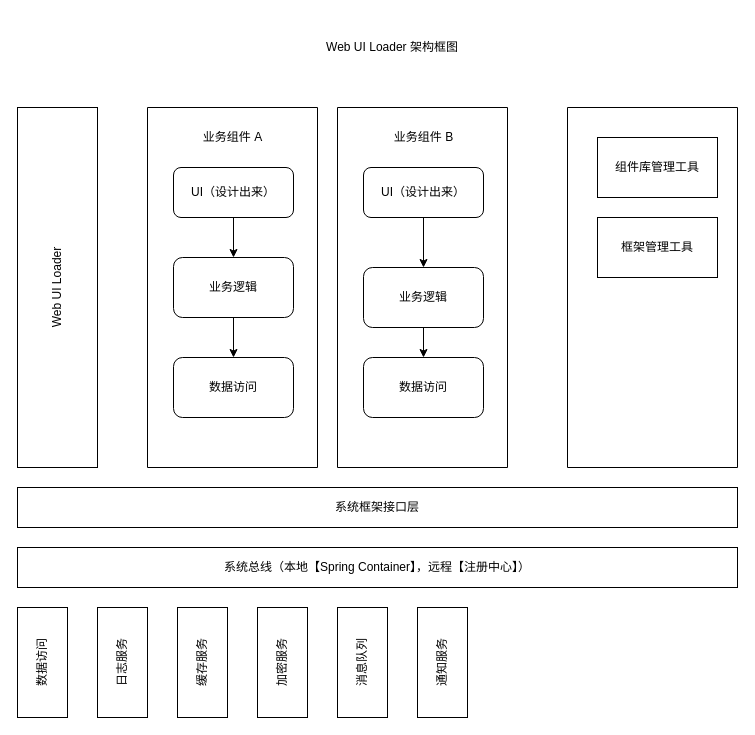
Before: project01/Untitled Diagram.drawio in wilson9898/firstgitproject, a draw.io diagram. Source tidied: cells renumbered, new cells numbered last; positions are measured from the earlier drawing's top-left corner, leaving out a move shared by most shapes. Both pictures are drawn from the tidied source at 100%, with x=0, y=0 at pixel (17, 17).
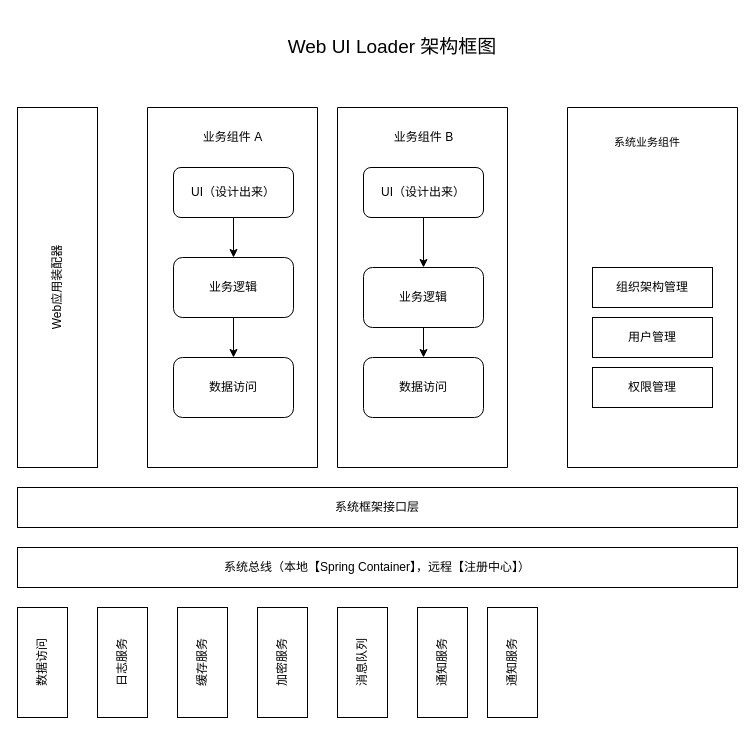
After the change.

Commit message:
系统框架设计

Unchanged cells that the change refers to:
```xml
<mxCell id="19" style="swimlane;startSize=0;" parent="1" vertex="1">
  <mxGeometry x="550" y="90" width="170" height="360" as="geometry" />
</mxCell>
```

Diff of the diagram source:
```diff
@@
-    <mxCell id="2" value="Web UI Loader" style="rounded=0;whiteSpace=wrap;html=1;horizontal=0;" parent="1" vertex="1">
+    <mxCell id="2" value="&lt;div&gt;Web应用装配器&lt;/div&gt;" style="rounded=0;whiteSpace=wrap;html=1;horizontal=0;" parent="1" vertex="1">
       <mxGeometry y="90" width="80" height="360" as="geometry" />
     </mxCell>
-    <mxCell id="3" value="&lt;div&gt;Web UI Loader 架构框图&lt;/div&gt;" style="text;html=1;strokeColor=none;fillColor=none;align=center;verticalAlign=middle;whiteSpace=wrap;rounded=0;" parent="1" vertex="1">
+    <mxCell id="3" value="&lt;div style=&quot;font-size: 19px;&quot;&gt;Web UI Loader 架构框图&lt;/div&gt;" style="text;html=1;strokeColor=none;fillColor=none;align=center;verticalAlign=middle;whiteSpace=wrap;rounded=0;fontSize=19;" parent="1" vertex="1">
       <mxGeometry x="260" width="230" height="60" as="geometry" />
     </mxCell>
@@
-    <mxCell id="20" value="组件库管理工具" style="rounded=0;whiteSpace=wrap;html=1;" parent="19" vertex="1">
-      <mxGeometry x="30" y="30" width="120" height="60" as="geometry" />
+    <mxCell id="20" value="用户管理" style="rounded=0;whiteSpace=wrap;html=1;" parent="19" vertex="1">
+      <mxGeometry x="25" y="210" width="120" height="40" as="geometry" />
     </mxCell>
-    <mxCell id="21" value="框架管理工具" style="rounded=0;whiteSpace=wrap;html=1;" parent="19" vertex="1">
-      <mxGeometry x="30" y="110" width="120" height="60" as="geometry" />
+    <mxCell id="21" value="组织架构管理" style="rounded=0;whiteSpace=wrap;html=1;" parent="19" vertex="1">
+      <mxGeometry x="25" y="160" width="120" height="40" as="geometry" />
     </mxCell>
+    <mxCell id="29" value="权限管理" style="rounded=0;whiteSpace=wrap;html=1;" parent="19" vertex="1">
+      <mxGeometry x="25" y="260" width="120" height="40" as="geometry" />
+    </mxCell>
+    <mxCell id="30" value="系统业务组件" style="text;html=1;strokeColor=none;fillColor=none;align=center;verticalAlign=middle;whiteSpace=wrap;rounded=0;fontSize=11;" parent="19" vertex="1">
+      <mxGeometry x="40" y="20" width="80" height="30" as="geometry" />
+    </mxCell>
@@
+    <mxCell id="31" value="通知服务" style="rounded=0;whiteSpace=wrap;html=1;horizontal=0;" parent="1" vertex="1">
+      <mxGeometry x="470" y="590" width="50" height="110" as="geometry" />
+    </mxCell>
```
